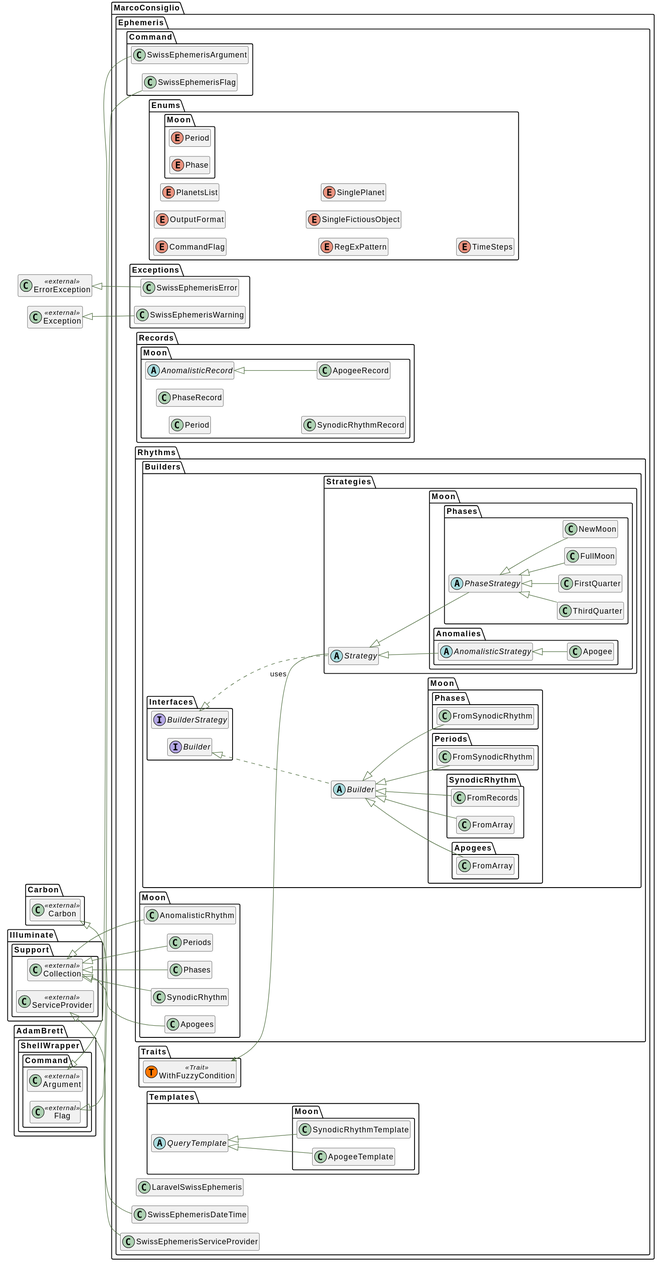
MarcoConsiglio/laravel-swiss-ephemeris keeps this PlantUML diagram as docs/html/graphs/classes.svg. Above is the earlier version.
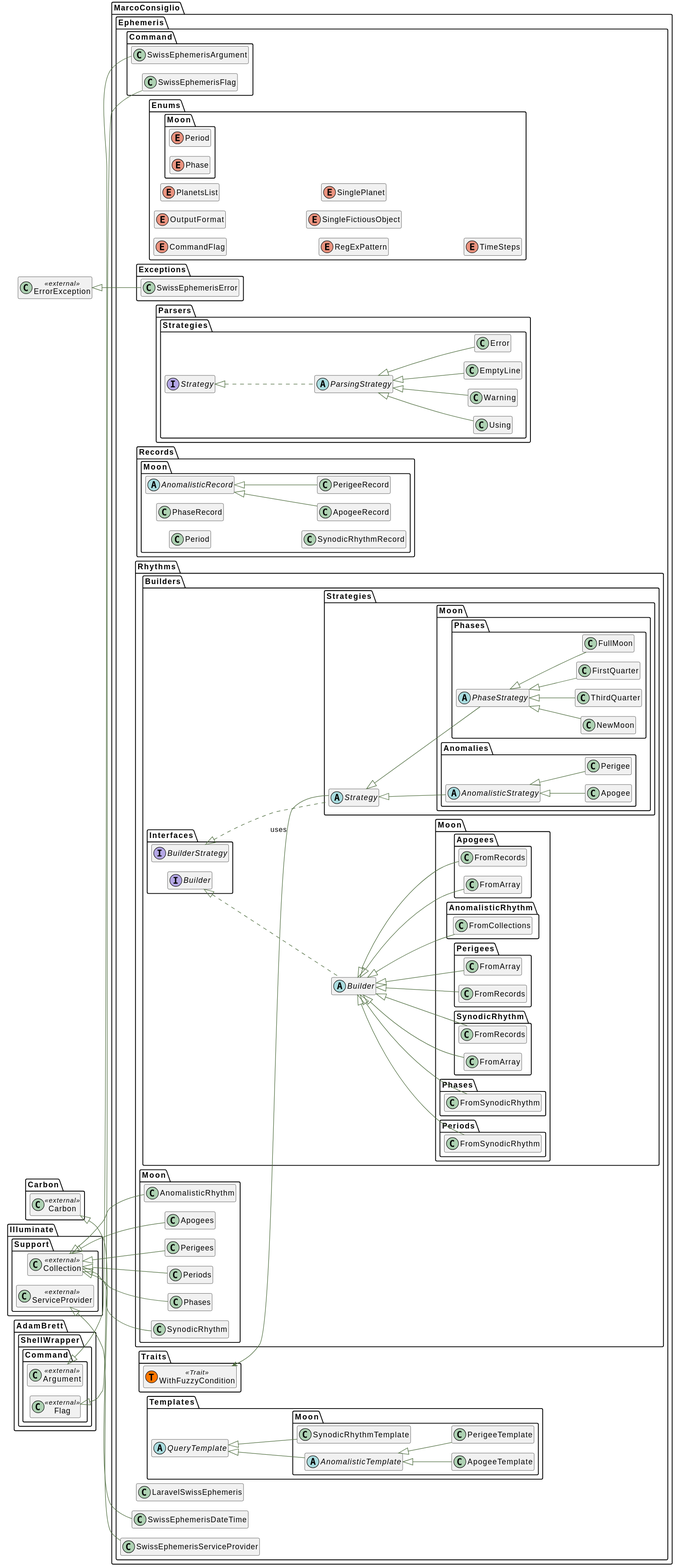
The same diagram one commit later.

The edit, as a diff of the source:
```diff
@@ -91,10 +91,28 @@
      class "SwissEphemerisError" as SwissEphemerisError__class   extends \\ErrorException__class  {
     }
 }
-class "Exception" as Exception__class << external >>{
+namespace MarcoConsiglio\\Ephemeris\\Parsers\\Strategies {
+    interface "Strategy" as Strategy__interface  {
+    }
 }
-namespace MarcoConsiglio\\Ephemeris\\Exceptions {
-     class "SwissEphemerisWarning" as SwissEphemerisWarning__class   extends \\Exception__class  {
+namespace MarcoConsiglio\\Ephemeris\\Parsers\\Strategies {
+    abstract  class "ParsingStrategy" as ParsingStrategy__class    implements \\MarcoConsiglio\\Ephemeris\\Parsers\\Strategies\\Strategy__interface {
+    }
+}
+namespace MarcoConsiglio\\Ephemeris\\Parsers\\Strategies {
+     class "EmptyLine" as EmptyLine__class   extends \\MarcoConsiglio\\Ephemeris\\Parsers\\Strategies\\ParsingStrategy__class  {
+    }
+}
+namespace MarcoConsiglio\\Ephemeris\\Parsers\\Strategies {
+     class "Error" as Error__class   extends \\MarcoConsiglio\\Ephemeris\\Parsers\\Strategies\\ParsingStrategy__class  {
+    }
+}
+namespace MarcoConsiglio\\Ephemeris\\Parsers\\Strategies {
+     class "Using" as Using__class   extends \\MarcoConsiglio\\Ephemeris\\Parsers\\Strategies\\ParsingStrategy__class  {
+    }
+}
+namespace MarcoConsiglio\\Ephemeris\\Parsers\\Strategies {
+     class "Warning" as Warning__class   extends \\MarcoConsiglio\\Ephemeris\\Parsers\\Strategies\\ParsingStrategy__class  {
     }
 }
 namespace MarcoConsiglio\\Ephemeris\\Records\\Moon {
@@ -103,6 +121,10 @@
 }
 namespace MarcoConsiglio\\Ephemeris\\Records\\Moon {
      class "ApogeeRecord" as ApogeeRecord__class   extends \\MarcoConsiglio\\Ephemeris\\Records\\Moon\\AnomalisticRecord__class  {
+    }
+}
+namespace MarcoConsiglio\\Ephemeris\\Records\\Moon {
+     class "PerigeeRecord" as PerigeeRecord__class   extends \\MarcoConsiglio\\Ephemeris\\Records\\Moon\\AnomalisticRecord__class  {
     }
 }
 namespace MarcoConsiglio\\Ephemeris\\Records\\Moon {
@@ -129,8 +151,24 @@
     interface "BuilderStrategy" as BuilderStrategy__interface  {
     }
 }
+namespace MarcoConsiglio\\Ephemeris\\Rhythms\\Builders\\Moon\\AnomalisticRhythm {
+     class "FromCollections" as FromCollections__class   extends \\MarcoConsiglio\\Ephemeris\\Rhythms\\Builders\\Builder__class  {
+    }
+}
 namespace MarcoConsiglio\\Ephemeris\\Rhythms\\Builders\\Moon\\Apogees {
      class "FromArray" as FromArray__class   extends \\MarcoConsiglio\\Ephemeris\\Rhythms\\Builders\\Builder__class  {
+    }
+}
+namespace MarcoConsiglio\\Ephemeris\\Rhythms\\Builders\\Moon\\Apogees {
+     class "FromRecords" as FromRecords__class   extends \\MarcoConsiglio\\Ephemeris\\Rhythms\\Builders\\Builder__class  {
+    }
+}
+namespace MarcoConsiglio\\Ephemeris\\Rhythms\\Builders\\Moon\\Perigees {
+     class "FromArray" as FromArray__class   extends \\MarcoConsiglio\\Ephemeris\\Rhythms\\Builders\\Builder__class  {
+    }
+}
+namespace MarcoConsiglio\\Ephemeris\\Rhythms\\Builders\\Moon\\Perigees {
+     class "FromRecords" as FromRecords__class   extends \\MarcoConsiglio\\Ephemeris\\Rhythms\\Builders\\Builder__class  {
     }
 }
 namespace MarcoConsiglio\\Ephemeris\\Rhythms\\Builders\\Moon\\Periods {
@@ -166,6 +204,10 @@
      class "Apogee" as Apogee__class   extends \\MarcoConsiglio\\Ephemeris\\Rhythms\\Builders\\Strategies\\Moon\\Anomalies\\AnomalisticStrategy__class  {
     }
 }
+namespace MarcoConsiglio\\Ephemeris\\Rhythms\\Builders\\Strategies\\Moon\\Anomalies {
+     class "Perigee" as Perigee__class   extends \\MarcoConsiglio\\Ephemeris\\Rhythms\\Builders\\Strategies\\Moon\\Anomalies\\AnomalisticStrategy__class  {
+    }
+}
 namespace MarcoConsiglio\\Ephemeris\\Rhythms\\Builders\\Strategies\\Moon\\Phases {
     abstract  class "PhaseStrategy" as PhaseStrategy__class   extends \\MarcoConsiglio\\Ephemeris\\Rhythms\\Builders\\Strategies\\Strategy__class  {
     }
@@ -199,6 +241,10 @@
     }
 }
 namespace MarcoConsiglio\\Ephemeris\\Rhythms\\Moon {
+     class "Perigees" as Perigees__class   extends \\Illuminate\\Support\\Collection__class  {
+    }
+}
+namespace MarcoConsiglio\\Ephemeris\\Rhythms\\Moon {
      class "Periods" as Periods__class   extends \\Illuminate\\Support\\Collection__class  {
     }
 }
@@ -215,7 +261,15 @@
     }
 }
 namespace MarcoConsiglio\\Ephemeris\\Templates\\Moon {
-     class "ApogeeTemplate" as ApogeeTemplate__class   extends \\MarcoConsiglio\\Ephemeris\\Templates\\QueryTemplate__class  {
+    abstract  class "AnomalisticTemplate" as AnomalisticTemplate__class   extends \\MarcoConsiglio\\Ephemeris\\Templates\\QueryTemplate__class  {
+    }
+}
+namespace MarcoConsiglio\\Ephemeris\\Templates\\Moon {
+     class "ApogeeTemplate" as ApogeeTemplate__class   extends \\MarcoConsiglio\\Ephemeris\\Templates\\Moon\\AnomalisticTemplate__class  {
+    }
+}
+namespace MarcoConsiglio\\Ephemeris\\Templates\\Moon {
+     class "PerigeeTemplate" as PerigeeTemplate__class   extends \\MarcoConsiglio\\Ephemeris\\Templates\\Moon\\AnomalisticTemplate__class  {
     }
 }
 namespace MarcoConsiglio\\Ephemeris\\Templates\\Moon {
```
